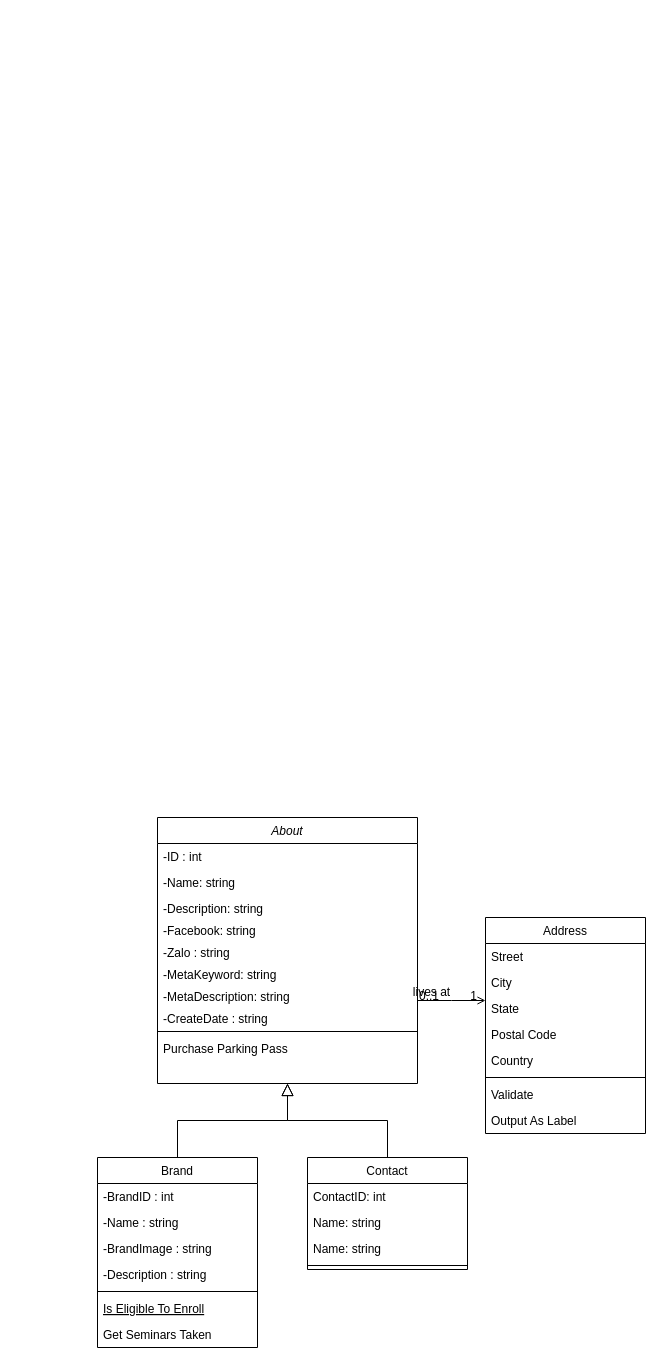
The draw.io diagram Untitled Diagram.drawio in ngochung130201/DoAnWebBanHang, before the edit. Source tidied: cells renumbered, new cells numbered last; positions are measured from the earlier drawing's top-left corner, leaving out a move shared by most shapes. Both pictures are drawn from the tidied source at 100%, with x=0, y=0 at pixel (97, 817).
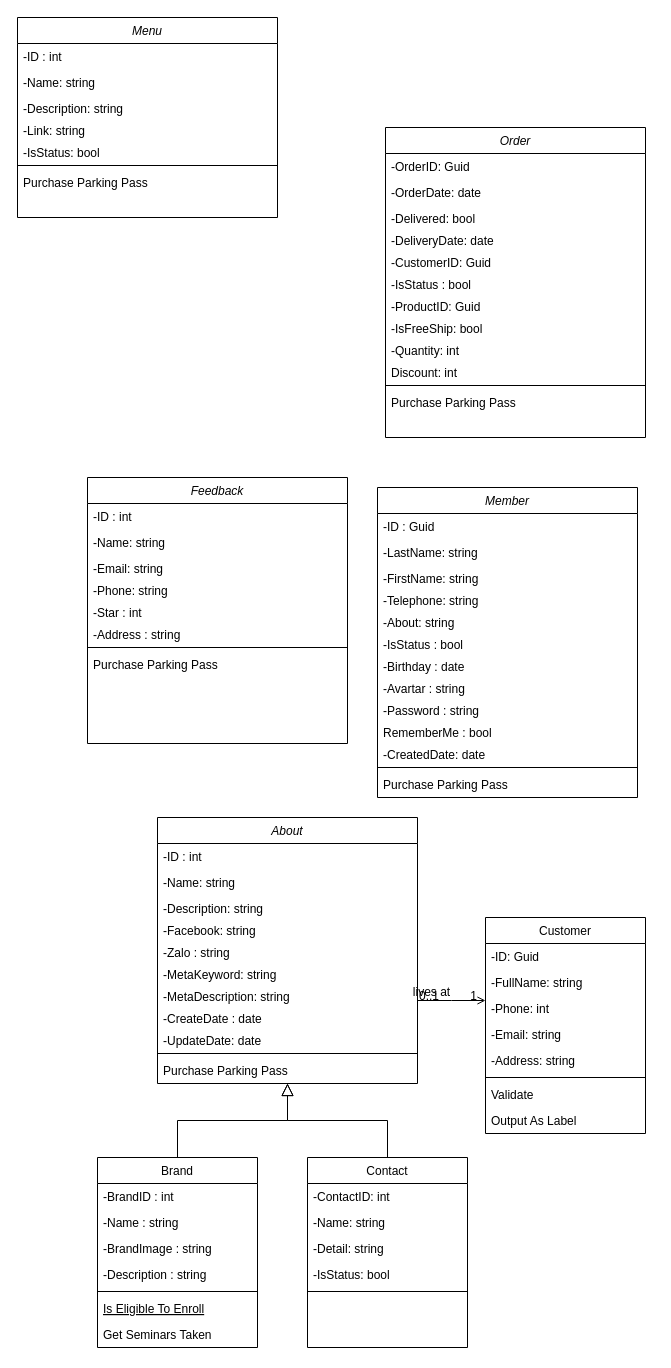
After the change.

Unchanged cells that the change refers to:
```xml
<mxCell id="2" value="About" style="swimlane;fontStyle=2;align=center;verticalAlign=top;horizontal=1;startSize=26;rounded=0;shadow=0;strokeWidth=1;" parent="1" vertex="1">
  <mxGeometry x="60" width="260" height="266" as="geometry" />
</mxCell>
```

The edit, as a diff of the source:
```diff
@@
-    <mxCell id="10" value="-CreateDate : string" style="text;align=left;verticalAlign=top;spacingLeft=4;spacingRight=4;overflow=hidden;rounded=0;shadow=0;html=0;" parent="2" vertex="1">
+    <mxCell id="10" value="-CreateDate : date" style="text;align=left;verticalAlign=top;spacingLeft=4;spacingRight=4;overflow=hidden;rounded=0;shadow=0;html=0;" parent="2" vertex="1">
       <mxGeometry y="188" width="260" height="22" as="geometry" />
     </mxCell>
+    <mxCell id="42" value="-UpdateDate: date" style="text;align=left;verticalAlign=top;spacingLeft=4;spacingRight=4;overflow=hidden;rounded=0;shadow=0;html=0;" parent="2" vertex="1">
+      <mxGeometry y="210" width="260" height="22" as="geometry" />
+    </mxCell>
     <mxCell id="11" style="line;html=1;strokeWidth=1;align=left;verticalAlign=middle;spacingTop=-1;spacingLeft=3;spacingRight=3;labelPosition=right;" parent="2" vertex="1">
-      <mxGeometry y="210" width="260" height="8" as="geometry" />
+      <mxGeometry y="232" width="260" height="8" as="geometry" />
     </mxCell>
     <mxCell id="12" value="Purchase Parking Pass" style="text;align=left;verticalAlign=top;spacingLeft=4;spacingRight=4;overflow=hidden;" parent="2" vertex="1">
-      <mxGeometry y="218" width="260" height="26" as="geometry" />
+      <mxGeometry y="240" width="260" height="26" as="geometry" />
     </mxCell>
@@
     <mxCell id="23" value="Contact" style="swimlane;fontStyle=0;align=center;verticalAlign=top;horizontal=1;startSize=26;rounded=0;shadow=0;strokeWidth=1;" parent="1" vertex="1">
-      <mxGeometry x="210" y="340" width="160" height="112" as="geometry" />
+      <mxGeometry x="210" y="340" width="160" height="190" as="geometry" />
     </mxCell>
-    <mxCell id="24" value="ContactID: int" style="text;align=left;verticalAlign=top;spacingLeft=4;spacingRight=4;overflow=hidden;" parent="23" vertex="1">
+    <mxCell id="24" value="-ContactID: int" style="text;align=left;verticalAlign=top;spacingLeft=4;spacingRight=4;overflow=hidden;" parent="23" vertex="1">
       <mxGeometry y="26" width="160" height="26" as="geometry" />
     </mxCell>
-    <mxCell id="25" value="Name: string" style="text;align=left;verticalAlign=top;spacingLeft=4;spacingRight=4;overflow=hidden;" parent="23" vertex="1">
+    <mxCell id="25" value="-Name: string" style="text;align=left;verticalAlign=top;spacingLeft=4;spacingRight=4;overflow=hidden;" parent="23" vertex="1">
       <mxGeometry y="52" width="160" height="26" as="geometry" />
     </mxCell>
-    <mxCell id="26" value="Name: string" style="text;align=left;verticalAlign=top;spacingLeft=4;spacingRight=4;overflow=hidden;" parent="23" vertex="1">
+    <mxCell id="26" value="-Detail: string" style="text;align=left;verticalAlign=top;spacingLeft=4;spacingRight=4;overflow=hidden;" parent="23" vertex="1">
       <mxGeometry y="78" width="160" height="26" as="geometry" />
     </mxCell>
+    <mxCell id="43" value="-IsStatus: bool" style="text;align=left;verticalAlign=top;spacingLeft=4;spacingRight=4;overflow=hidden;" parent="23" vertex="1">
+      <mxGeometry y="104" width="160" height="26" as="geometry" />
+    </mxCell>
     <mxCell id="27" style="line;html=1;strokeWidth=1;align=left;verticalAlign=middle;spacingTop=-1;spacingLeft=3;spacingRight=3;labelPosition=right;" parent="23" vertex="1">
-      <mxGeometry y="104" width="160" height="8" as="geometry" />
+      <mxGeometry y="130" width="160" height="8" as="geometry" />
     </mxCell>
@@
-    <mxCell id="29" value="Address" style="swimlane;fontStyle=0;align=center;verticalAlign=top;horizontal=1;startSize=26;rounded=0;shadow=0;strokeWidth=1;" parent="1" vertex="1">
+    <mxCell id="29" value="Customer" style="swimlane;fontStyle=0;align=center;verticalAlign=top;horizontal=1;startSize=26;rounded=0;shadow=0;strokeWidth=1;" parent="1" vertex="1">
       <mxGeometry x="388" y="100" width="160" height="216" as="geometry" />
     </mxCell>
-    <mxCell id="30" value="Street" style="text;align=left;verticalAlign=top;spacingLeft=4;spacingRight=4;overflow=hidden;" parent="29" vertex="1">
+    <mxCell id="30" value="-ID: Guid" style="text;align=left;verticalAlign=top;spacingLeft=4;spacingRight=4;overflow=hidden;" parent="29" vertex="1">
       <mxGeometry y="26" width="160" height="26" as="geometry" />
     </mxCell>
-    <mxCell id="31" value="City" style="text;align=left;verticalAlign=top;spacingLeft=4;spacingRight=4;overflow=hidden;rounded=0;shadow=0;html=0;" parent="29" vertex="1">
+    <mxCell id="31" value="-FullName: string" style="text;align=left;verticalAlign=top;spacingLeft=4;spacingRight=4;overflow=hidden;rounded=0;shadow=0;html=0;" parent="29" vertex="1">
       <mxGeometry y="52" width="160" height="26" as="geometry" />
     </mxCell>
-    <mxCell id="32" value="State" style="text;align=left;verticalAlign=top;spacingLeft=4;spacingRight=4;overflow=hidden;rounded=0;shadow=0;html=0;" parent="29" vertex="1">
+    <mxCell id="32" value="-Phone: int" style="text;align=left;verticalAlign=top;spacingLeft=4;spacingRight=4;overflow=hidden;rounded=0;shadow=0;html=0;" parent="29" vertex="1">
       <mxGeometry y="78" width="160" height="26" as="geometry" />
     </mxCell>
-    <mxCell id="33" value="Postal Code" style="text;align=left;verticalAlign=top;spacingLeft=4;spacingRight=4;overflow=hidden;rounded=0;shadow=0;html=0;" parent="29" vertex="1">
+    <mxCell id="33" value="-Email: string" style="text;align=left;verticalAlign=top;spacingLeft=4;spacingRight=4;overflow=hidden;rounded=0;shadow=0;html=0;" parent="29" vertex="1">
       <mxGeometry y="104" width="160" height="26" as="geometry" />
     </mxCell>
-    <mxCell id="34" value="Country" style="text;align=left;verticalAlign=top;spacingLeft=4;spacingRight=4;overflow=hidden;rounded=0;shadow=0;html=0;" parent="29" vertex="1">
+    <mxCell id="34" value="-Address: string" style="text;align=left;verticalAlign=top;spacingLeft=4;spacingRight=4;overflow=hidden;rounded=0;shadow=0;html=0;" parent="29" vertex="1">
       <mxGeometry y="130" width="160" height="26" as="geometry" />
     </mxCell>
@@
+    <mxCell id="44" value="Feedback" style="swimlane;fontStyle=2;align=center;verticalAlign=top;horizontal=1;startSize=26;rounded=0;shadow=0;strokeWidth=1;" parent="1" vertex="1">
+      <mxGeometry x="-10" y="-340" width="260" height="266" as="geometry" />
+    </mxCell>
+    <mxCell id="45" value="-ID : int" style="text;align=left;verticalAlign=top;spacingLeft=4;spacingRight=4;overflow=hidden;" parent="44" vertex="1">
+      <mxGeometry y="26" width="260" height="26" as="geometry" />
+    </mxCell>
+    <mxCell id="46" value="-Name: string" style="text;align=left;verticalAlign=top;spacingLeft=4;spacingRight=4;overflow=hidden;rounded=0;shadow=0;html=0;" parent="44" vertex="1">
+      <mxGeometry y="52" width="260" height="26" as="geometry" />
+    </mxCell>
+    <mxCell id="47" value="-Email: string" style="text;align=left;verticalAlign=top;spacingLeft=4;spacingRight=4;overflow=hidden;rounded=0;shadow=0;html=0;" parent="44" vertex="1">
+      <mxGeometry y="78" width="260" height="22" as="geometry" />
+    </mxCell>
+    <mxCell id="48" value="-Phone: string" style="text;align=left;verticalAlign=top;spacingLeft=4;spacingRight=4;overflow=hidden;points=[[0,0.5],[1,0.5]];portConstraint=eastwest;rounded=0;shadow=0;html=0;" parent="44" vertex="1">
+      <mxGeometry y="100" width="260" height="22" as="geometry" />
+    </mxCell>
+    <mxCell id="49" value="-Star : int" style="text;align=left;verticalAlign=top;spacingLeft=4;spacingRight=4;overflow=hidden;rounded=0;shadow=0;html=0;" parent="44" vertex="1">
+      <mxGeometry y="122" width="260" height="22" as="geometry" />
+    </mxCell>
+    <mxCell id="50" value="-Address : string" style="text;align=left;verticalAlign=top;spacingLeft=4;spacingRight=4;overflow=hidden;rounded=0;shadow=0;html=0;" parent="44" vertex="1">
+      <mxGeometry y="144" width="260" height="22" as="geometry" />
+    </mxCell>
+    <mxCell id="51" style="line;html=1;strokeWidth=1;align=left;verticalAlign=middle;spacingTop=-1;spacingLeft=3;spacingRight=3;labelPosition=right;" parent="44" vertex="1">
+      <mxGeometry y="166" width="260" height="8" as="geometry" />
+    </mxCell>
+    <mxCell id="52" value="Purchase Parking Pass" style="text;align=left;verticalAlign=top;spacingLeft=4;spacingRight=4;overflow=hidden;" parent="44" vertex="1">
+      <mxGeometry y="174" width="260" height="26" as="geometry" />
+    </mxCell>
+    <mxCell id="53" style="edgeStyle=orthogonalEdgeStyle;rounded=0;orthogonalLoop=1;jettySize=auto;html=1;exitX=1;exitY=0.5;exitDx=0;exitDy=0;" parent="44" edge="1" source="48" target="48">
+      <mxGeometry relative="1" as="geometry" />
+    </mxCell>
+    <mxCell id="54" value="Member" style="swimlane;fontStyle=2;align=center;verticalAlign=top;horizontal=1;startSize=26;rounded=0;shadow=0;strokeWidth=1;" parent="1" vertex="1">
+      <mxGeometry x="280" y="-330" width="260" height="310" as="geometry" />
+    </mxCell>
+    <mxCell id="55" value="-ID : Guid" style="text;align=left;verticalAlign=top;spacingLeft=4;spacingRight=4;overflow=hidden;" parent="54" vertex="1">
+      <mxGeometry y="26" width="260" height="26" as="geometry" />
+    </mxCell>
+    <mxCell id="56" value="-LastName: string" style="text;align=left;verticalAlign=top;spacingLeft=4;spacingRight=4;overflow=hidden;rounded=0;shadow=0;html=0;" parent="54" vertex="1">
+      <mxGeometry y="52" width="260" height="26" as="geometry" />
+    </mxCell>
+    <mxCell id="57" value="-FirstName: string" style="text;align=left;verticalAlign=top;spacingLeft=4;spacingRight=4;overflow=hidden;rounded=0;shadow=0;html=0;" parent="54" vertex="1">
+      <mxGeometry y="78" width="260" height="22" as="geometry" />
+    </mxCell>
+    <mxCell id="58" value="-Telephone: string" style="text;align=left;verticalAlign=top;spacingLeft=4;spacingRight=4;overflow=hidden;points=[[0,0.5],[1,0.5]];portConstraint=eastwest;rounded=0;shadow=0;html=0;" parent="54" vertex="1">
+      <mxGeometry y="100" width="260" height="22" as="geometry" />
+    </mxCell>
+    <mxCell id="59" value="-About: string&#10;" style="text;align=left;verticalAlign=top;spacingLeft=4;spacingRight=4;overflow=hidden;rounded=0;shadow=0;html=0;" parent="54" vertex="1">
+      <mxGeometry y="122" width="260" height="22" as="geometry" />
+    </mxCell>
+    <mxCell id="60" value="-IsStatus : bool" style="text;align=left;verticalAlign=top;spacingLeft=4;spacingRight=4;overflow=hidden;rounded=0;shadow=0;html=0;" parent="54" vertex="1">
+      <mxGeometry y="144" width="260" height="22" as="geometry" />
+    </mxCell>
+    <mxCell id="61" value="-Birthday : date" style="text;align=left;verticalAlign=top;spacingLeft=4;spacingRight=4;overflow=hidden;rounded=0;shadow=0;html=0;" parent="54" vertex="1">
+      <mxGeometry y="166" width="260" height="22" as="geometry" />
+    </mxCell>
+    <mxCell id="62" value="-Avartar : string" style="text;align=left;verticalAlign=top;spacingLeft=4;spacingRight=4;overflow=hidden;rounded=0;shadow=0;html=0;" parent="54" vertex="1">
+      <mxGeometry y="188" width="260" height="22" as="geometry" />
+    </mxCell>
+    <mxCell id="63" value="-Password : string" style="text;align=left;verticalAlign=top;spacingLeft=4;spacingRight=4;overflow=hidden;rounded=0;shadow=0;html=0;" parent="54" vertex="1">
+      <mxGeometry y="210" width="260" height="22" as="geometry" />
+    </mxCell>
+    <mxCell id="64" value="RememberMe : bool" style="text;align=left;verticalAlign=top;spacingLeft=4;spacingRight=4;overflow=hidden;rounded=0;shadow=0;html=0;" parent="54" vertex="1">
+      <mxGeometry y="232" width="260" height="22" as="geometry" />
+    </mxCell>
+    <mxCell id="65" value="-CreatedDate: date" style="text;align=left;verticalAlign=top;spacingLeft=4;spacingRight=4;overflow=hidden;rounded=0;shadow=0;html=0;" parent="54" vertex="1">
+      <mxGeometry y="254" width="260" height="22" as="geometry" />
+    </mxCell>
+    <mxCell id="66" style="line;html=1;strokeWidth=1;align=left;verticalAlign=middle;spacingTop=-1;spacingLeft=3;spacingRight=3;labelPosition=right;" parent="54" vertex="1">
+      <mxGeometry y="276" width="260" height="8" as="geometry" />
+    </mxCell>
+    <mxCell id="67" value="Purchase Parking Pass" style="text;align=left;verticalAlign=top;spacingLeft=4;spacingRight=4;overflow=hidden;" parent="54" vertex="1">
+      <mxGeometry y="284" width="260" height="26" as="geometry" />
+    </mxCell>
+    <mxCell id="68" style="edgeStyle=orthogonalEdgeStyle;rounded=0;orthogonalLoop=1;jettySize=auto;html=1;exitX=1;exitY=0.5;exitDx=0;exitDy=0;" parent="54" edge="1" source="58" target="58">
+      <mxGeometry relative="1" as="geometry" />
+    </mxCell>
+    <mxCell id="69" value="Menu" style="swimlane;fontStyle=2;align=center;verticalAlign=top;horizontal=1;startSize=26;rounded=0;shadow=0;strokeWidth=1;" parent="1" vertex="1">
+      <mxGeometry x="-80" y="-800" width="260" height="200" as="geometry" />
+    </mxCell>
+    <mxCell id="70" value="-ID : int" style="text;align=left;verticalAlign=top;spacingLeft=4;spacingRight=4;overflow=hidden;" parent="69" vertex="1">
+      <mxGeometry y="26" width="260" height="26" as="geometry" />
+    </mxCell>
+    <mxCell id="71" value="-Name: string" style="text;align=left;verticalAlign=top;spacingLeft=4;spacingRight=4;overflow=hidden;rounded=0;shadow=0;html=0;" parent="69" vertex="1">
+      <mxGeometry y="52" width="260" height="26" as="geometry" />
+    </mxCell>
+    <mxCell id="72" value="-Description: string" style="text;align=left;verticalAlign=top;spacingLeft=4;spacingRight=4;overflow=hidden;rounded=0;shadow=0;html=0;" parent="69" vertex="1">
+      <mxGeometry y="78" width="260" height="22" as="geometry" />
+    </mxCell>
+    <mxCell id="73" value="-Link: string" style="text;align=left;verticalAlign=top;spacingLeft=4;spacingRight=4;overflow=hidden;points=[[0,0.5],[1,0.5]];portConstraint=eastwest;rounded=0;shadow=0;html=0;" parent="69" vertex="1">
+      <mxGeometry y="100" width="260" height="22" as="geometry" />
+    </mxCell>
+    <mxCell id="74" value="-IsStatus: bool" style="text;align=left;verticalAlign=top;spacingLeft=4;spacingRight=4;overflow=hidden;rounded=0;shadow=0;html=0;" parent="69" vertex="1">
+      <mxGeometry y="122" width="260" height="22" as="geometry" />
+    </mxCell>
+    <mxCell id="75" style="line;html=1;strokeWidth=1;align=left;verticalAlign=middle;spacingTop=-1;spacingLeft=3;spacingRight=3;labelPosition=right;" parent="69" vertex="1">
+      <mxGeometry y="144" width="260" height="8" as="geometry" />
+    </mxCell>
+    <mxCell id="76" value="Purchase Parking Pass" style="text;align=left;verticalAlign=top;spacingLeft=4;spacingRight=4;overflow=hidden;" parent="69" vertex="1">
+      <mxGeometry y="152" width="260" height="26" as="geometry" />
+    </mxCell>
+    <mxCell id="77" style="edgeStyle=orthogonalEdgeStyle;rounded=0;orthogonalLoop=1;jettySize=auto;html=1;exitX=1;exitY=0.5;exitDx=0;exitDy=0;" parent="69" edge="1" source="73" target="73">
+      <mxGeometry relative="1" as="geometry" />
+    </mxCell>
+    <mxCell id="78" value="Order" style="swimlane;fontStyle=2;align=center;verticalAlign=top;horizontal=1;startSize=26;rounded=0;shadow=0;strokeWidth=1;" parent="1" vertex="1">
+      <mxGeometry x="288" y="-690" width="260" height="310" as="geometry" />
+    </mxCell>
+    <mxCell id="79" value="-OrderID: Guid" style="text;align=left;verticalAlign=top;spacingLeft=4;spacingRight=4;overflow=hidden;" parent="78" vertex="1">
+      <mxGeometry y="26" width="260" height="26" as="geometry" />
+    </mxCell>
+    <mxCell id="80" value="-OrderDate: date" style="text;align=left;verticalAlign=top;spacingLeft=4;spacingRight=4;overflow=hidden;rounded=0;shadow=0;html=0;" parent="78" vertex="1">
+      <mxGeometry y="52" width="260" height="26" as="geometry" />
+    </mxCell>
+    <mxCell id="81" value="-Delivered: bool" style="text;align=left;verticalAlign=top;spacingLeft=4;spacingRight=4;overflow=hidden;rounded=0;shadow=0;html=0;" parent="78" vertex="1">
+      <mxGeometry y="78" width="260" height="22" as="geometry" />
+    </mxCell>
+    <mxCell id="82" value="-DeliveryDate: date" style="text;align=left;verticalAlign=top;spacingLeft=4;spacingRight=4;overflow=hidden;points=[[0,0.5],[1,0.5]];portConstraint=eastwest;rounded=0;shadow=0;html=0;" parent="78" vertex="1">
+      <mxGeometry y="100" width="260" height="22" as="geometry" />
+    </mxCell>
+    <mxCell id="83" value="-CustomerID: Guid&#10;" style="text;align=left;verticalAlign=top;spacingLeft=4;spacingRight=4;overflow=hidden;rounded=0;shadow=0;html=0;" parent="78" vertex="1">
+      <mxGeometry y="122" width="260" height="22" as="geometry" />
+    </mxCell>
+    <mxCell id="84" value="-IsStatus : bool" style="text;align=left;verticalAlign=top;spacingLeft=4;spacingRight=4;overflow=hidden;rounded=0;shadow=0;html=0;" parent="78" vertex="1">
+      <mxGeometry y="144" width="260" height="22" as="geometry" />
+    </mxCell>
+    <mxCell id="85" value="-ProductID: Guid" style="text;align=left;verticalAlign=top;spacingLeft=4;spacingRight=4;overflow=hidden;rounded=0;shadow=0;html=0;" parent="78" vertex="1">
+      <mxGeometry y="166" width="260" height="22" as="geometry" />
+    </mxCell>
+    <mxCell id="86" value="-IsFreeShip: bool" style="text;align=left;verticalAlign=top;spacingLeft=4;spacingRight=4;overflow=hidden;rounded=0;shadow=0;html=0;" parent="78" vertex="1">
+      <mxGeometry y="188" width="260" height="22" as="geometry" />
+    </mxCell>
+    <mxCell id="87" value="-Quantity: int" style="text;align=left;verticalAlign=top;spacingLeft=4;spacingRight=4;overflow=hidden;rounded=0;shadow=0;html=0;" parent="78" vertex="1">
+      <mxGeometry y="210" width="260" height="22" as="geometry" />
+    </mxCell>
+    <mxCell id="88" value="Discount: int" style="text;align=left;verticalAlign=top;spacingLeft=4;spacingRight=4;overflow=hidden;rounded=0;shadow=0;html=0;" parent="78" vertex="1">
+      <mxGeometry y="232" width="260" height="22" as="geometry" />
+    </mxCell>
+    <mxCell id="89" style="line;html=1;strokeWidth=1;align=left;verticalAlign=middle;spacingTop=-1;spacingLeft=3;spacingRight=3;labelPosition=right;" parent="78" vertex="1">
+      <mxGeometry y="254" width="260" height="8" as="geometry" />
+    </mxCell>
+    <mxCell id="90" value="Purchase Parking Pass" style="text;align=left;verticalAlign=top;spacingLeft=4;spacingRight=4;overflow=hidden;" parent="78" vertex="1">
+      <mxGeometry y="262" width="260" height="26" as="geometry" />
+    </mxCell>
+    <mxCell id="91" style="edgeStyle=orthogonalEdgeStyle;rounded=0;orthogonalLoop=1;jettySize=auto;html=1;exitX=1;exitY=0.5;exitDx=0;exitDy=0;" parent="78" edge="1" source="82" target="82">
+      <mxGeometry relative="1" as="geometry" />
+    </mxCell>
```
